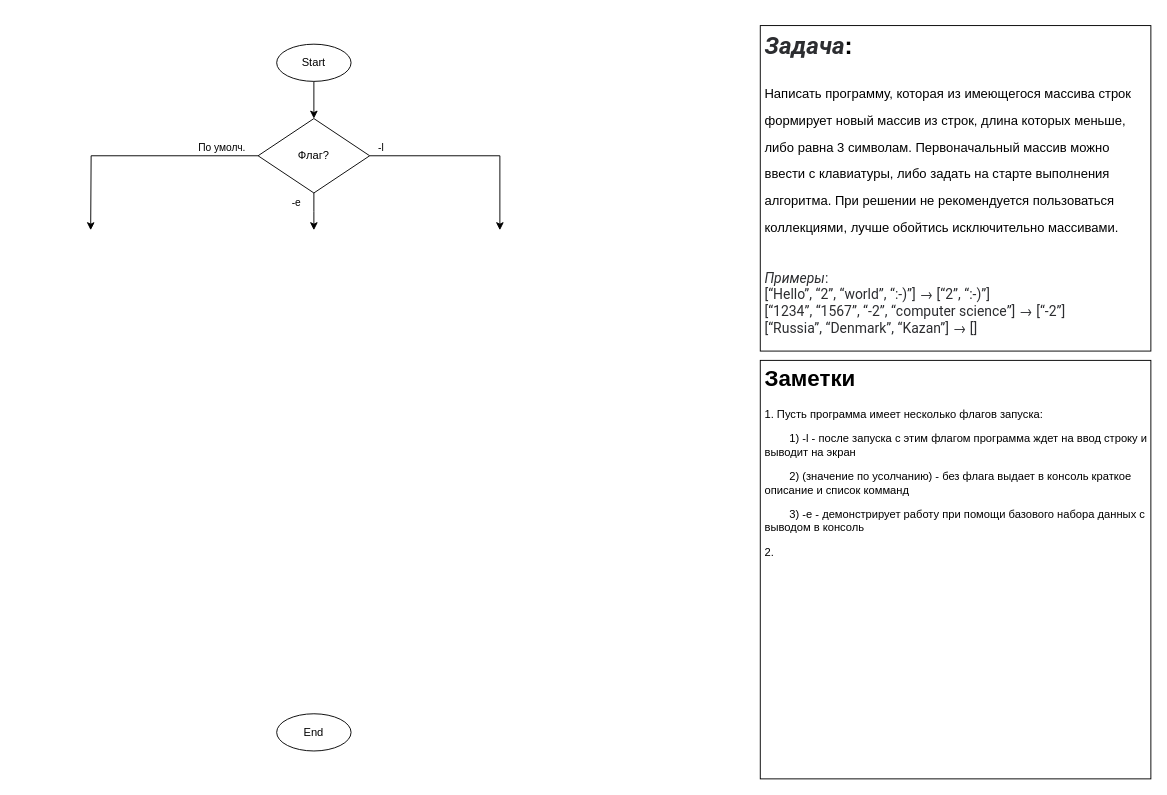
Before: Sifter/DiagProg.drawio in AlNaksha/ArrSifter, a draw.io diagram. Source tidied: cells renumbered, new cells numbered last; positions are measured from the earlier drawing's top-left corner, leaving out a move shared by most shapes. Both pictures are drawn from the tidied source at 93%, with x=0, y=0 at pixel (90, 25).
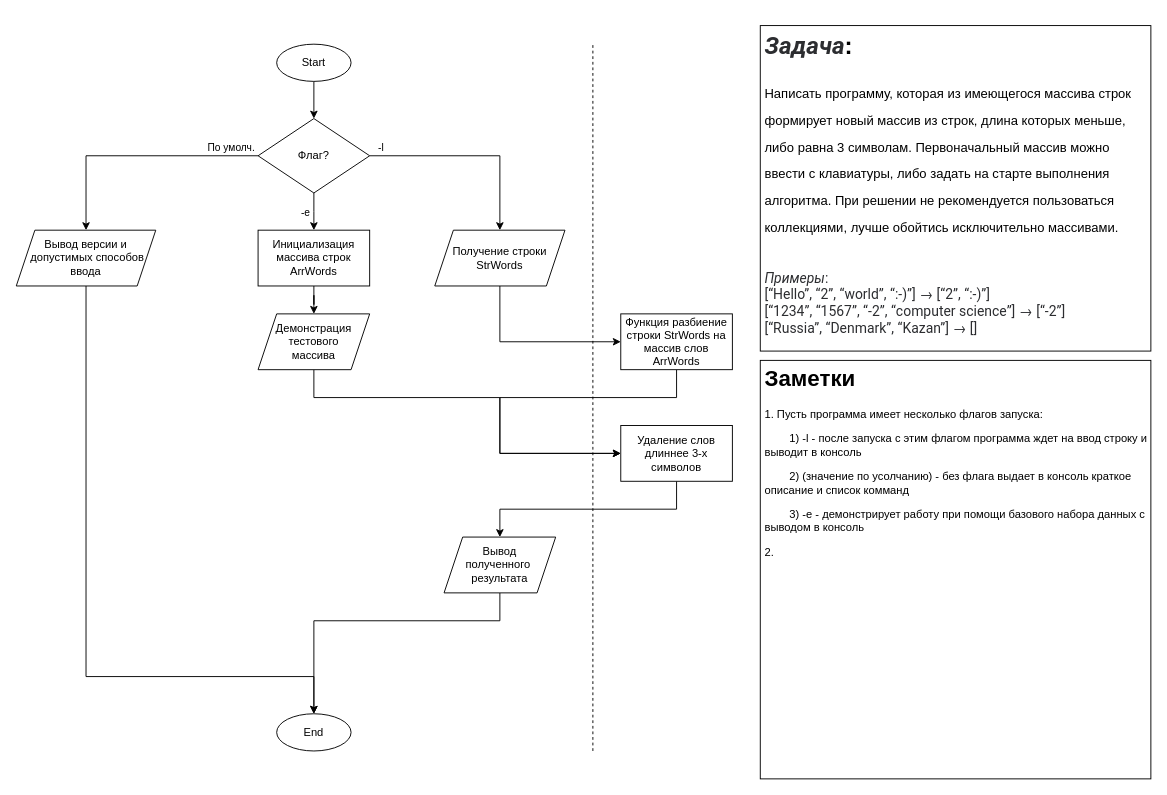
After the change.

Commit message (it also covers changes not shown here):
Diagramm 0.1: create algorithm

Unchanged cells that the change refers to:
```xml
<mxCell id="5" value="End" style="ellipse;whiteSpace=wrap;html=1;" parent="1" vertex="1">
  <mxGeometry x="200" y="740" width="80" height="40" as="geometry" />
</mxCell>
<mxCell id="12" value="Флаг?" style="rhombus;whiteSpace=wrap;html=1;" parent="1" vertex="1">
  <mxGeometry x="180" y="100" width="120" height="80" as="geometry" />
</mxCell>
```

The edit, as a diff of the source:
```diff
@@
-    <mxCell id="6" style="edgeStyle=orthogonalEdgeStyle;rounded=0;jettySize=auto;html=1;" parent="1" edge="1" source="12">
-      <mxGeometry relative="1" as="geometry">
-        <mxPoint y="220" as="targetPoint" />
-      </mxGeometry>
+    <mxCell id="6" style="edgeStyle=orthogonalEdgeStyle;rounded=0;jettySize=auto;html=1;" parent="1" edge="1" source="12" target="15">
+      <mxGeometry relative="1" as="geometry" />
     </mxCell>
     <mxCell id="7" value="По умолч." style="edgeLabel;html=1;align=center;verticalAlign=middle;" parent="6" vertex="1">
       <mxGeometry x="-0.01" y="3" relative="1" as="geometry">
-        <mxPoint x="88" y="-13" as="offset" />
+        <mxPoint x="101" y="-13" as="offset" />
       </mxGeometry>
     </mxCell>
-    <mxCell id="8" style="edgeStyle=orthogonalEdgeStyle;rounded=0;jettySize=auto;html=1;exitX=0.5;exitY=1;exitDx=0;exitDy=0;" parent="1" edge="1" source="12">
+    <mxCell id="8" style="edgeStyle=orthogonalEdgeStyle;rounded=0;jettySize=auto;html=1;exitX=0.5;exitY=1;exitDx=0;exitDy=0;" parent="1" edge="1" source="12" target="19">
       <mxGeometry relative="1" as="geometry">
-        <mxPoint x="240" y="220" as="targetPoint" />
         <Array as="points">
           <mxPoint x="240" y="200" />
           <mxPoint x="240" y="200" />
         </Array>
       </mxGeometry>
     </mxCell>
     <mxCell id="9" value="-e" style="edgeLabel;html=1;align=center;verticalAlign=middle;" parent="8" vertex="1">
       <mxGeometry x="0.22" y="-1" relative="1" as="geometry">
-        <mxPoint x="-19" y="-14" as="offset" />
+        <mxPoint x="-9" y="-4" as="offset" />
       </mxGeometry>
     </mxCell>
-    <mxCell id="10" style="edgeStyle=orthogonalEdgeStyle;rounded=0;jettySize=auto;html=1;" parent="1" edge="1" source="12">
+    <mxCell id="10" style="edgeStyle=orthogonalEdgeStyle;rounded=0;jettySize=auto;html=1;entryX=0.5;entryY=0;entryDx=0;entryDy=0;" parent="1" edge="1" source="12" target="17">
       <mxGeometry relative="1" as="geometry">
-        <mxPoint x="440" y="220" as="targetPoint" />
         <Array as="points">
           <mxPoint x="440" y="140" />
         </Array>
       </mxGeometry>
     </mxCell>
@@
-    <mxCell id="13" value="&lt;h1&gt;Заметки&lt;/h1&gt;&lt;p&gt;1. Пусть программа имеет несколько флагов запуска:&lt;/p&gt;&lt;p&gt;&lt;span style=&quot;background-color: initial; white-space: pre;&quot;&gt;&#9;&lt;/span&gt;1&lt;span style=&quot;background-color: initial;&quot;&gt;) -l - после запуска с этим флагом программа ждет на ввод строку и выводит на экран&lt;/span&gt;&lt;/p&gt;&lt;p&gt;&lt;span style=&quot;white-space: pre;&quot;&gt;&#9;&lt;/span&gt;2) (значение по усолчанию) - без флага выдает в консоль краткое описание и список комманд&lt;br&gt;&lt;/p&gt;&lt;p&gt;&lt;span style=&quot;white-space: pre;&quot;&gt;&#9;&lt;/span&gt;3) -e - демонстрирует работу при помощи базового набора данных с выводом в консоль&lt;/p&gt;&lt;p&gt;2.&amp;nbsp;&lt;/p&gt;&lt;p&gt;&lt;br&gt;&lt;/p&gt;" style="text;html=1;strokeColor=default;fillColor=default;spacing=5;spacingTop=-20;whiteSpace=wrap;overflow=hidden;rounded=0;" parent="1" vertex="1">
+    <mxCell id="13" value="&lt;h1&gt;Заметки&lt;/h1&gt;&lt;p&gt;1. Пусть программа имеет несколько флагов запуска:&lt;/p&gt;&lt;p&gt;&lt;span style=&quot;background-color: initial; white-space: pre;&quot;&gt;&#9;&lt;/span&gt;1&lt;span style=&quot;background-color: initial;&quot;&gt;) -l - после запуска с этим флагом программа ждет на ввод строку и выводит в консоль&lt;/span&gt;&lt;/p&gt;&lt;p&gt;&lt;span style=&quot;white-space: pre;&quot;&gt;&#9;&lt;/span&gt;2) (значение по усолчанию) - без флага выдает в консоль краткое описание и список комманд&lt;br&gt;&lt;/p&gt;&lt;p&gt;&lt;span style=&quot;white-space: pre;&quot;&gt;&#9;&lt;/span&gt;3) -e - демонстрирует работу при помощи базового набора данных с выводом в консоль&lt;/p&gt;&lt;p&gt;2.&amp;nbsp;&lt;/p&gt;&lt;p&gt;&lt;br&gt;&lt;/p&gt;" style="text;html=1;strokeColor=default;fillColor=default;spacing=5;spacingTop=-20;whiteSpace=wrap;overflow=hidden;rounded=0;" parent="1" vertex="1">
       <mxGeometry x="720" y="360" width="420" height="450" as="geometry" />
     </mxCell>
+    <mxCell id="14" style="edgeStyle=orthogonalEdgeStyle;rounded=0;jettySize=auto;html=1;exitX=0.5;exitY=1;exitDx=0;exitDy=0;" parent="1" edge="1" source="15" target="5">
+      <mxGeometry relative="1" as="geometry">
+        <Array as="points">
+          <mxPoint x="-5" y="700" />
+          <mxPoint x="240" y="700" />
+        </Array>
+      </mxGeometry>
+    </mxCell>
+    <mxCell id="15" value="Вывод версии и&lt;br&gt;&amp;nbsp;допустимых способов ввода" style="shape=parallelogram;perimeter=parallelogramPerimeter;whiteSpace=wrap;html=1;fixedSize=1;" parent="1" vertex="1">
+      <mxGeometry x="-80" y="220" width="150" height="60" as="geometry" />
+    </mxCell>
+    <mxCell id="16" style="edgeStyle=orthogonalEdgeStyle;rounded=0;jettySize=auto;html=1;" parent="1" edge="1" source="17" target="21">
+      <mxGeometry relative="1" as="geometry">
+        <Array as="points">
+          <mxPoint x="440" y="340" />
+        </Array>
+      </mxGeometry>
+    </mxCell>
+    <mxCell id="17" value="Получение строки StrWords" style="shape=parallelogram;perimeter=parallelogramPerimeter;whiteSpace=wrap;html=1;fixedSize=1;" parent="1" vertex="1">
+      <mxGeometry x="370" y="220" width="140" height="60" as="geometry" />
+    </mxCell>
+    <mxCell id="18" style="edgeStyle=orthogonalEdgeStyle;rounded=0;jettySize=auto;html=1;" parent="1" edge="1" source="19" target="26">
+      <mxGeometry relative="1" as="geometry" />
+    </mxCell>
+    <mxCell id="19" value="Инициализация массива строк ArrWords" style="rounded=0;whiteSpace=wrap;html=1;" parent="1" vertex="1">
+      <mxGeometry x="180" y="220" width="120" height="60" as="geometry" />
+    </mxCell>
+    <mxCell id="20" style="edgeStyle=orthogonalEdgeStyle;rounded=0;jettySize=auto;html=1;" parent="1" edge="1" source="21" target="23">
+      <mxGeometry relative="1" as="geometry">
+        <Array as="points">
+          <mxPoint x="630" y="400" />
+          <mxPoint x="440" y="400" />
+          <mxPoint x="440" y="460" />
+        </Array>
+      </mxGeometry>
+    </mxCell>
+    <mxCell id="21" value="Функция разбиение строки StrWords на массив слов ArrWords" style="rounded=0;whiteSpace=wrap;html=1;" parent="1" vertex="1">
+      <mxGeometry x="570" y="310" width="120" height="60" as="geometry" />
+    </mxCell>
+    <mxCell id="22" style="edgeStyle=orthogonalEdgeStyle;rounded=0;jettySize=auto;html=1;" parent="1" edge="1" source="23" target="28">
+      <mxGeometry relative="1" as="geometry">
+        <Array as="points">
+          <mxPoint x="630" y="520" />
+          <mxPoint x="440" y="520" />
+        </Array>
+      </mxGeometry>
+    </mxCell>
+    <mxCell id="23" value="Удаление слов длиннее 3-х символов" style="rounded=0;whiteSpace=wrap;html=1;" parent="1" vertex="1">
+      <mxGeometry x="570" y="430" width="120" height="60" as="geometry" />
+    </mxCell>
+    <mxCell id="24" style="endArrow=none;dashed=1;html=1;rounded=0;" parent="1" edge="1">
+      <mxGeometry relative="1" as="geometry">
+        <mxPoint x="540" y="780" as="sourcePoint" />
+        <mxPoint x="540" y="20" as="targetPoint" />
+      </mxGeometry>
+    </mxCell>
+    <mxCell id="25" style="edgeStyle=orthogonalEdgeStyle;rounded=0;jettySize=auto;html=1;" parent="1" edge="1" source="26" target="23">
+      <mxGeometry relative="1" as="geometry">
+        <Array as="points">
+          <mxPoint x="240" y="400" />
+          <mxPoint x="440" y="400" />
+          <mxPoint x="440" y="460" />
+        </Array>
+      </mxGeometry>
+    </mxCell>
+    <mxCell id="26" value="Демонстрация тестового&lt;br&gt;массива" style="shape=parallelogram;perimeter=parallelogramPerimeter;whiteSpace=wrap;html=1;fixedSize=1;" parent="1" vertex="1">
+      <mxGeometry x="180" y="310" width="120" height="60" as="geometry" />
+    </mxCell>
+    <mxCell id="27" style="edgeStyle=orthogonalEdgeStyle;rounded=0;jettySize=auto;html=1;" parent="1" edge="1" source="28" target="5">
+      <mxGeometry relative="1" as="geometry">
+        <Array as="points">
+          <mxPoint x="440" y="640" />
+          <mxPoint x="240" y="640" />
+        </Array>
+      </mxGeometry>
+    </mxCell>
+    <mxCell id="28" value="Вывод&lt;br&gt;полученного&amp;nbsp;&lt;br&gt;результата" style="shape=parallelogram;perimeter=parallelogramPerimeter;whiteSpace=wrap;html=1;fixedSize=1;" parent="1" vertex="1">
+      <mxGeometry x="380" y="550" width="120" height="60" as="geometry" />
+    </mxCell>
```
